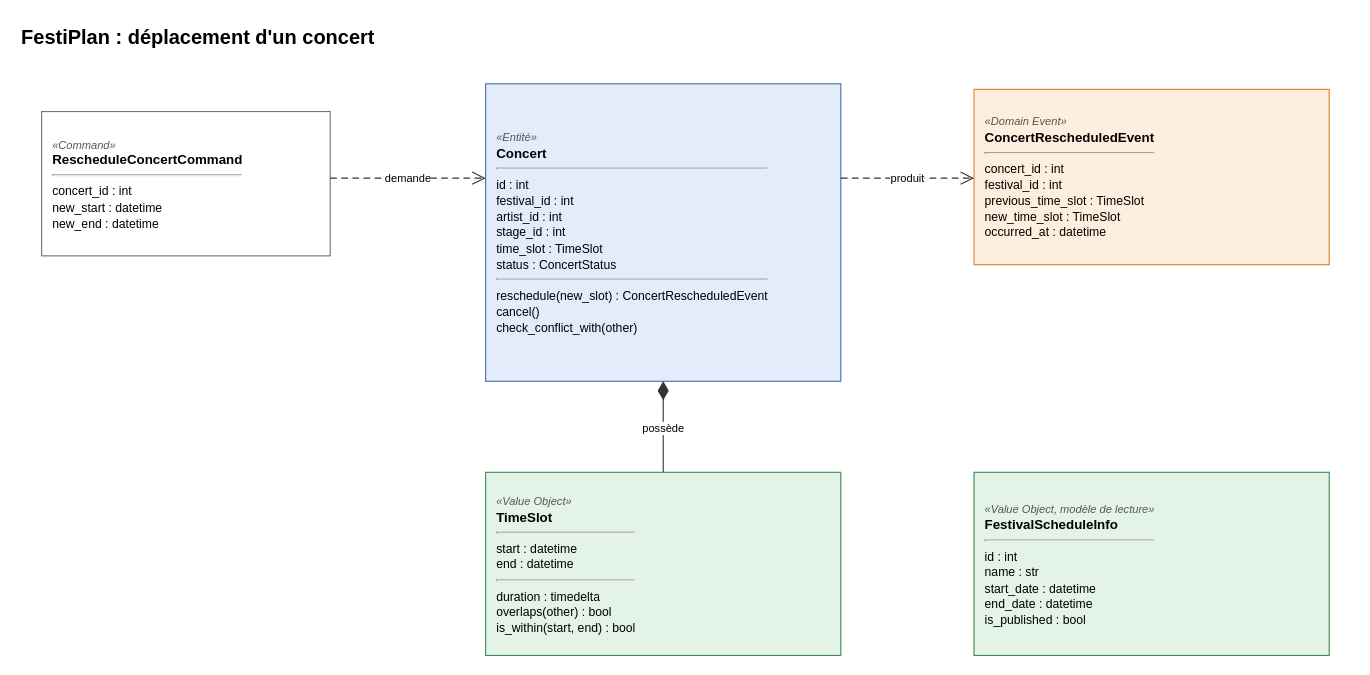
Seth-dell15/FestiPlan keeps this draw.io diagram as docs/schemas/modele_deplacement.drawio. Above is the earlier version. Source tidied: cells renumbered, new cells numbered last; positions are measured from the earlier drawing's top-left corner, leaving out a move shared by most shapes. Both pictures are drawn from the tidied source at 111%, with x=0, y=0 at pixel (19, 19).
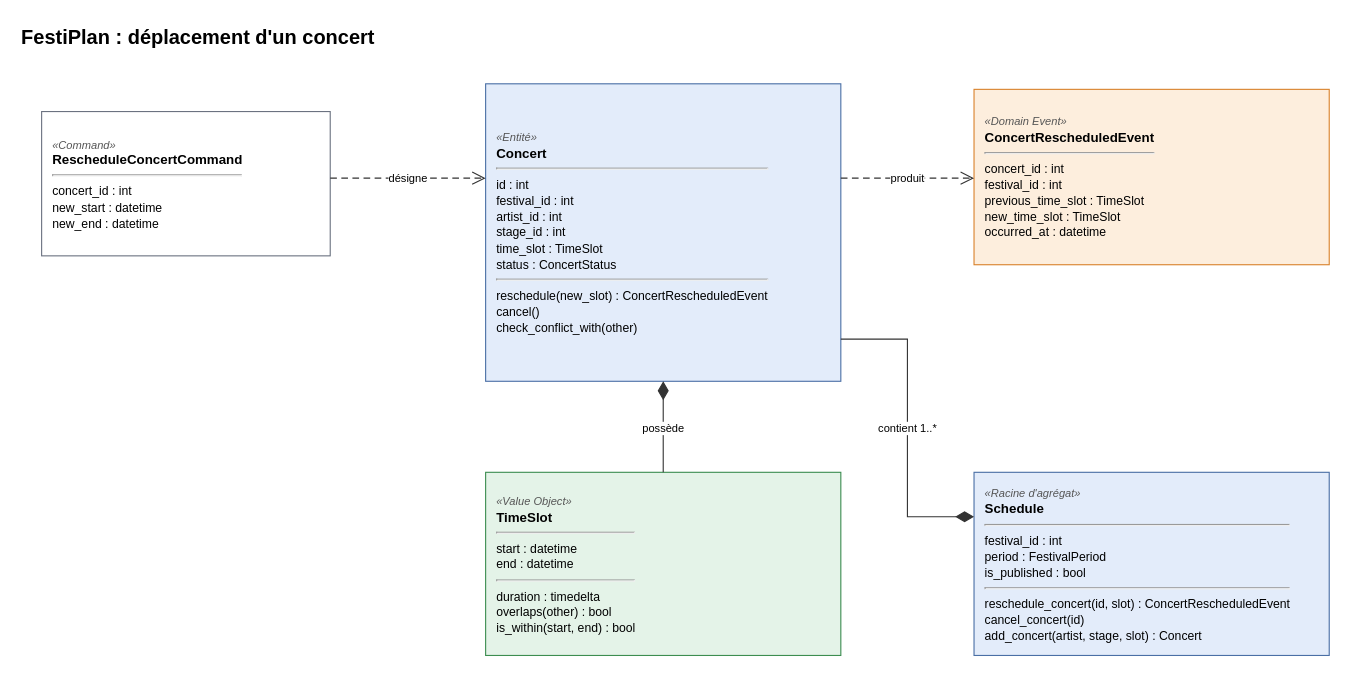
After the change.

Change to the diagram source:
```diff
@@
 <mxGraphModel>
   <root>
     <mxCell id="0" />
     <mxCell id="1" parent="0" />
     <mxCell id="2" value="&lt;b&gt;FestiPlan : déplacement d'un concert&lt;/b&gt;" style="text;html=1;align=left;verticalAlign=top;fontSize=18;" parent="1" vertex="1">
       <mxGeometry width="1200" height="32" as="geometry" />
     </mxCell>
     <mxCell id="3" value="&lt;i&gt;&lt;font style='font-size:10px' color='#555555'&gt;«Command»&lt;/font&gt;&lt;/i&gt;&lt;br&gt;&lt;b&gt;RescheduleConcertCommand&lt;/b&gt;&lt;hr&gt;&lt;font style='font-size:11px'&gt;concert_id : int&lt;/font&gt;&lt;br&gt;&lt;font style='font-size:11px'&gt;new_start : datetime&lt;/font&gt;&lt;br&gt;&lt;font style='font-size:11px'&gt;new_end : datetime&lt;/font&gt;" style="rounded=0;whiteSpace=wrap;html=1;fontSize=12;align=left;spacingLeft=8;verticalAlign=middle;fillColor=#ffffff;strokeColor=#6b7280;" parent="1" vertex="1">
       <mxGeometry x="20" y="83" width="260" height="130" as="geometry" />
     </mxCell>
     <mxCell id="4" value="&lt;i&gt;&lt;font style='font-size:10px' color='#555555'&gt;«Entité»&lt;/font&gt;&lt;/i&gt;&lt;br&gt;&lt;b&gt;Concert&lt;/b&gt;&lt;hr&gt;&lt;font style='font-size:11px'&gt;id : int&lt;/font&gt;&lt;br&gt;&lt;font style='font-size:11px'&gt;festival_id : int&lt;/font&gt;&lt;br&gt;&lt;font style='font-size:11px'&gt;artist_id : int&lt;/font&gt;&lt;br&gt;&lt;font style='font-size:11px'&gt;stage_id : int&lt;/font&gt;&lt;br&gt;&lt;font style='font-size:11px'&gt;time_slot : TimeSlot&lt;/font&gt;&lt;br&gt;&lt;font style='font-size:11px'&gt;status : ConcertStatus&lt;/font&gt;&lt;hr&gt;&lt;font style='font-size:11px'&gt;reschedule(new_slot) : ConcertRescheduledEvent&lt;/font&gt;&lt;br&gt;&lt;font style='font-size:11px'&gt;cancel()&lt;/font&gt;&lt;br&gt;&lt;font style='font-size:11px'&gt;check_conflict_with(other)&lt;/font&gt;" style="rounded=0;whiteSpace=wrap;html=1;fontSize=12;align=left;spacingLeft=8;verticalAlign=middle;fillColor=#e3ecfa;strokeColor=#4a6fa5;" parent="1" vertex="1">
       <mxGeometry x="420" y="58" width="320" height="268" as="geometry" />
     </mxCell>
     <mxCell id="5" value="&lt;i&gt;&lt;font style='font-size:10px' color='#555555'&gt;«Domain Event»&lt;/font&gt;&lt;/i&gt;&lt;br&gt;&lt;b&gt;ConcertRescheduledEvent&lt;/b&gt;&lt;hr&gt;&lt;font style='font-size:11px'&gt;concert_id : int&lt;/font&gt;&lt;br&gt;&lt;font style='font-size:11px'&gt;festival_id : int&lt;/font&gt;&lt;br&gt;&lt;font style='font-size:11px'&gt;previous_time_slot : TimeSlot&lt;/font&gt;&lt;br&gt;&lt;font style='font-size:11px'&gt;new_time_slot : TimeSlot&lt;/font&gt;&lt;br&gt;&lt;font style='font-size:11px'&gt;occurred_at : datetime&lt;/font&gt;" style="rounded=0;whiteSpace=wrap;html=1;fontSize=12;align=left;spacingLeft=8;verticalAlign=middle;fillColor=#fdeedd;strokeColor=#d9822b;" parent="1" vertex="1">
       <mxGeometry x="860" y="63" width="320" height="158" as="geometry" />
     </mxCell>
     <mxCell id="6" value="&lt;i&gt;&lt;font style='font-size:10px' color='#555555'&gt;«Value Object»&lt;/font&gt;&lt;/i&gt;&lt;br&gt;&lt;b&gt;TimeSlot&lt;/b&gt;&lt;hr&gt;&lt;font style='font-size:11px'&gt;start : datetime&lt;/font&gt;&lt;br&gt;&lt;font style='font-size:11px'&gt;end : datetime&lt;/font&gt;&lt;hr&gt;&lt;font style='font-size:11px'&gt;duration : timedelta&lt;/font&gt;&lt;br&gt;&lt;font style='font-size:11px'&gt;overlaps(other) : bool&lt;/font&gt;&lt;br&gt;&lt;font style='font-size:11px'&gt;is_within(start, end) : bool&lt;/font&gt;" style="rounded=0;whiteSpace=wrap;html=1;fontSize=12;align=left;spacingLeft=8;verticalAlign=middle;fillColor=#e4f3e8;strokeColor=#3c8d50;" parent="1" vertex="1">
       <mxGeometry x="420" y="408" width="320" height="165" as="geometry" />
     </mxCell>
-    <mxCell id="7" value="&lt;i&gt;&lt;font style='font-size:10px' color='#555555'&gt;«Value Object, modèle de lecture»&lt;/font&gt;&lt;/i&gt;&lt;br&gt;&lt;b&gt;FestivalScheduleInfo&lt;/b&gt;&lt;hr&gt;&lt;font style='font-size:11px'&gt;id : int&lt;/font&gt;&lt;br&gt;&lt;font style='font-size:11px'&gt;name : str&lt;/font&gt;&lt;br&gt;&lt;font style='font-size:11px'&gt;start_date : datetime&lt;/font&gt;&lt;br&gt;&lt;font style='font-size:11px'&gt;end_date : datetime&lt;/font&gt;&lt;br&gt;&lt;font style='font-size:11px'&gt;is_published : bool&lt;/font&gt;" style="rounded=0;whiteSpace=wrap;html=1;fontSize=12;align=left;spacingLeft=8;verticalAlign=middle;fillColor=#e4f3e8;strokeColor=#3c8d50;" parent="1" vertex="1">
+    <mxCell id="7" value="&lt;i&gt;&lt;font style='font-size:10px' color='#555555'&gt;«Racine d'agrégat»&lt;/font&gt;&lt;/i&gt;&lt;br&gt;&lt;b&gt;Schedule&lt;/b&gt;&lt;hr&gt;&lt;font style='font-size:11px'&gt;festival_id : int&lt;/font&gt;&lt;br&gt;&lt;font style='font-size:11px'&gt;period : FestivalPeriod&lt;/font&gt;&lt;br&gt;&lt;font style='font-size:11px'&gt;is_published : bool&lt;/font&gt;&lt;hr&gt;&lt;font style='font-size:11px'&gt;reschedule_concert(id, slot) : ConcertRescheduledEvent&lt;/font&gt;&lt;br&gt;&lt;font style='font-size:11px'&gt;cancel_concert(id)&lt;/font&gt;&lt;br&gt;&lt;font style='font-size:11px'&gt;add_concert(artist, stage, slot) : Concert&lt;/font&gt;" style="rounded=0;whiteSpace=wrap;html=1;fontSize=12;align=left;spacingLeft=8;verticalAlign=middle;fillColor=#e3ecfa;strokeColor=#4a6fa5;" parent="1" vertex="1">
       <mxGeometry x="860" y="408" width="320" height="165" as="geometry" />
     </mxCell>
-    <mxCell id="8" value="demande" style="edgeStyle=none;rounded=0;html=1;strokeColor=#333333;fontSize=10;labelBackgroundColor=#ffffff;dashed=1;dashPattern=6 4;endArrow=open;endSize=10;exitX=1.0;exitY=0.4615;exitDx=0;exitDy=0;entryX=0.0;entryY=0.3172;entryDx=0;entryDy=0;" parent="1" edge="1" source="3" target="4">
+    <mxCell id="8" value="désigne" style="edgeStyle=none;rounded=0;html=1;strokeColor=#333333;fontSize=10;labelBackgroundColor=#ffffff;dashed=1;dashPattern=6 4;endArrow=open;endSize=10;exitX=1.0;exitY=0.4615;exitDx=0;exitDy=0;entryX=0.0;entryY=0.3172;entryDx=0;entryDy=0;" parent="1" edge="1" source="3" target="4">
       <mxGeometry relative="1" as="geometry" />
     </mxCell>
     <mxCell id="9" value="produit" style="edgeStyle=none;rounded=0;html=1;strokeColor=#333333;fontSize=10;labelBackgroundColor=#ffffff;dashed=1;dashPattern=6 4;endArrow=open;endSize=10;exitX=1.0;exitY=0.3172;exitDx=0;exitDy=0;entryX=0.0;entryY=0.5063;entryDx=0;entryDy=0;" parent="1" edge="1" source="4" target="5">
       <mxGeometry relative="1" as="geometry" />
     </mxCell>
     <mxCell id="10" value="possède" style="edgeStyle=none;rounded=0;html=1;strokeColor=#333333;fontSize=10;labelBackgroundColor=#ffffff;startArrow=diamondThin;startFill=1;startSize=14;endArrow=none;exitX=0.5;exitY=1.0;exitDx=0;exitDy=0;entryX=0.5;entryY=0.0;entryDx=0;entryDy=0;" parent="1" edge="1" source="4" target="6">
       <mxGeometry x="0.02" relative="1" as="geometry" />
     </mxCell>
+    <mxCell id="11" value="contient 1..*" style="edgeStyle=none;rounded=0;html=1;strokeColor=#333333;fontSize=10;labelBackgroundColor=#ffffff;startArrow=diamondThin;startFill=1;startSize=14;endArrow=none;exitX=0.0;exitY=0.2424;exitDx=0;exitDy=0;entryX=1.0;entryY=0.8582;entryDx=0;entryDy=0;" parent="1" edge="1" source="7" target="4">
+      <mxGeometry relative="1" as="geometry">
+        <Array as="points">
+          <mxPoint x="800" y="448" />
+          <mxPoint x="800" y="288" />
+        </Array>
+      </mxGeometry>
+    </mxCell>
   </root>
 </mxGraphModel>
```
